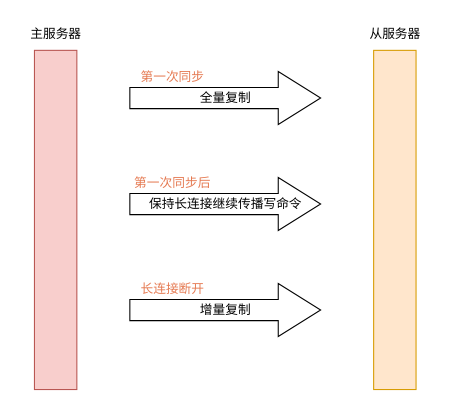
The draw.io diagram redis/Redis.drawio in Floweryu/my-diagrams, before the edit. Source tidied: cells renumbered, new cells numbered last; positions are measured from the earlier drawing's top-left corner, leaving out a move shared by most shapes. Both pictures are drawn from the tidied source at 106%, with x=0, y=0 at pixel (18, 18).
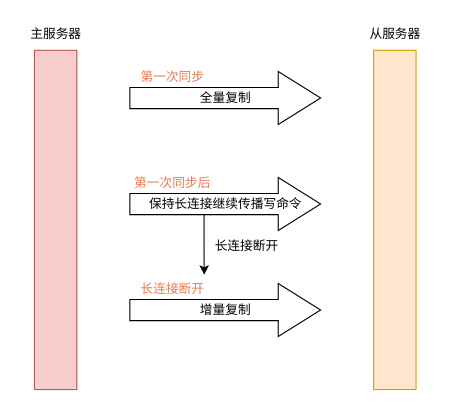
The same diagram, later.

Change to the diagram source:
```diff
@@
 <mxGraphModel>
   <root>
     <mxCell id="0" />
     <mxCell id="1" parent="0" />
     <mxCell id="2" style="rounded=0;whiteSpace=wrap;html=1;fillColor=#f8cecc;strokeColor=#b85450;" parent="1" vertex="1">
       <mxGeometry x="15" y="30" width="40" height="320" as="geometry" />
     </mxCell>
     <mxCell id="3" value="全量复制" style="html=1;shadow=0;dashed=0;align=center;verticalAlign=middle;shape=mxgraph.arrows2.arrow;dy=0.6;dx=40;notch=0;" parent="1" vertex="1">
       <mxGeometry x="105" y="50" width="180" height="50" as="geometry" />
     </mxCell>
     <mxCell id="4" value="保持长连接继续传播写命令" style="html=1;shadow=0;dashed=0;align=center;verticalAlign=middle;shape=mxgraph.arrows2.arrow;dy=0.6;dx=40;notch=0;" parent="1" vertex="1">
       <mxGeometry x="105" y="150" width="180" height="50" as="geometry" />
     </mxCell>
     <mxCell id="5" value="增量复制" style="html=1;shadow=0;dashed=0;align=center;verticalAlign=middle;shape=mxgraph.arrows2.arrow;dy=0.6;dx=40;notch=0;" parent="1" vertex="1">
       <mxGeometry x="105" y="250" width="180" height="50" as="geometry" />
     </mxCell>
     <mxCell id="6" style="rounded=0;whiteSpace=wrap;html=1;fillColor=#ffe6cc;strokeColor=#d79b00;" parent="1" vertex="1">
       <mxGeometry x="335" y="30" width="40" height="320" as="geometry" />
     </mxCell>
     <mxCell id="7" value="&lt;font color=&quot;#e57a52&quot;&gt;第一次同步&lt;/font&gt;" style="text;html=1;align=center;verticalAlign=middle;strokeColor=none;fillColor=none;" parent="1" vertex="1">
       <mxGeometry x="105" y="40" width="80" height="30" as="geometry" />
     </mxCell>
     <mxCell id="8" value="&lt;font color=&quot;#e57a52&quot;&gt;第一次同步后&lt;/font&gt;" style="text;html=1;align=center;verticalAlign=middle;strokeColor=none;fillColor=none;" parent="1" vertex="1">
       <mxGeometry x="95" y="140" width="100" height="30" as="geometry" />
     </mxCell>
     <mxCell id="9" value="&lt;font color=&quot;#e57a52&quot;&gt;长连接断开&lt;/font&gt;" style="text;html=1;align=center;verticalAlign=middle;points=[];strokeColor=none;fillColor=none;" parent="1" vertex="1">
       <mxGeometry x="105" y="240" width="80" height="30" as="geometry" />
     </mxCell>
     <mxCell id="10" value="主服务器" style="text;html=1;align=center;verticalAlign=middle;strokeColor=none;fillColor=none;" parent="1" vertex="1">
       <mxGeometry width="70" height="30" as="geometry" />
     </mxCell>
     <mxCell id="11" value="从服务器" style="text;html=1;align=center;verticalAlign=middle;strokeColor=none;fillColor=none;" parent="1" vertex="1">
       <mxGeometry x="320" width="70" height="30" as="geometry" />
     </mxCell>
+    <mxCell id="12" style="edgeStyle=orthogonalEdgeStyle;rounded=0;jettySize=auto;html=1;exitX=0;exitY=0;exitDx=70;exitDy=35;exitPerimeter=0;entryX=0.877;entryY=0.056;entryDx=0;entryDy=0;entryPerimeter=0;" parent="1" edge="1" source="4" target="9">
+      <mxGeometry relative="1" as="geometry" />
+    </mxCell>
+    <mxCell id="13" value="长连接断开" style="text;html=1;align=center;verticalAlign=middle;strokeColor=none;fillColor=none;" parent="1" vertex="1">
+      <mxGeometry x="175" y="200" width="80" height="30" as="geometry" />
+    </mxCell>
   </root>
 </mxGraphModel>
```
